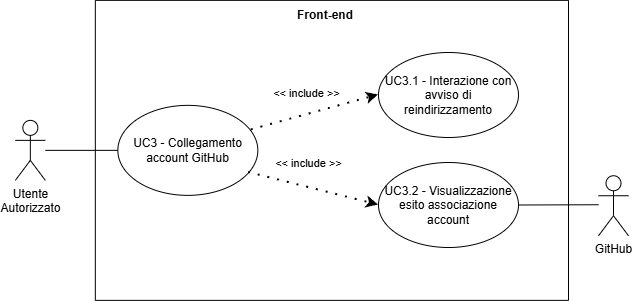
Earlier version of the draw.io export assets/diagrams/UC3.png (SkarabGroup/DocumentazioneProgetto). Source tidied: cells renumbered, new cells last; positions are measured from the earlier drawing's top-left corner, leaving out a move shared by most shapes.
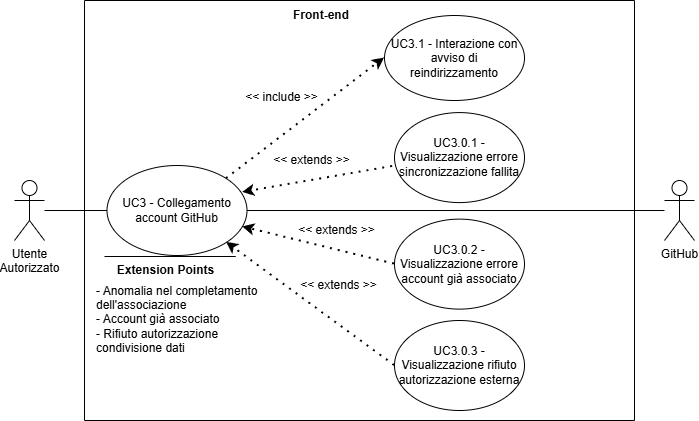
Later version of the same file.

Diff of the diagram source:
```diff
@@ -3,50 +3,81 @@
     <mxCell id="0" />
     <mxCell id="1" parent="0" />
     <mxCell id="2" value="Utente&lt;div&gt;&lt;span style=&quot;background-color: transparent; color: light-dark(rgb(0, 0, 0), rgb(255, 255, 255));&quot;&gt;Autorizzato&lt;/span&gt;&lt;/div&gt;" style="shape=umlActor;verticalLabelPosition=bottom;verticalAlign=top;html=1;outlineConnect=0;align=center;" parent="1" vertex="1">
-      <mxGeometry x="-0.2" y="119.9" width="30" height="60" as="geometry" />
+      <mxGeometry x="-127" y="-688" width="30" height="60" as="geometry" />
     </mxCell>
     <mxCell id="3" style="swimlane;startSize=0;" parent="1" vertex="1">
-      <mxGeometry x="79.8" y="-0.1" width="473.2" height="300" as="geometry" />
+      <mxGeometry x="-57" y="-868" width="550" height="420" as="geometry" />
     </mxCell>
+    <mxCell id="6" style="ellipse;whiteSpace=wrap;html=1;" parent="3" vertex="1">
+      <mxGeometry x="300" y="15" width="140" height="85" as="geometry" />
+    </mxCell>
+    <mxCell id="7" value="UC3.1 - Interazione con avviso di reindirizzamento" style="text;html=1;align=center;verticalAlign=middle;whiteSpace=wrap;rounded=0;" parent="3" vertex="1">
+      <mxGeometry x="305" y="22.5" width="130" height="70" as="geometry" />
+    </mxCell>
+    <mxCell id="10" value="Front-end" style="text;html=1;align=center;verticalAlign=middle;whiteSpace=wrap;rounded=0;perimeterSpacing=1;strokeColor=none;fontStyle=1;" parent="3" vertex="1">
+      <mxGeometry x="206.6" width="60" height="30" as="geometry" />
+    </mxCell>
+    <mxCell id="16" value="UC3.0.1 - Visualizzazione errore sincronizzazione fallita" style="ellipse;whiteSpace=wrap;html=1;" parent="3" vertex="1">
+      <mxGeometry x="310" y="112.1" width="130" height="90" as="geometry" />
+    </mxCell>
+    <mxCell id="17" style="endArrow=classic;dashed=1;html=1;dashPattern=1 3;strokeWidth=2;rounded=0;strokeColor=default;curved=0;endFill=1;endSize=6;exitX=-0.015;exitY=0.599;exitDx=0;exitDy=0;entryX=0.969;entryY=0.299;entryDx=0;entryDy=0;exitPerimeter=0;entryPerimeter=0;" parent="3" edge="1" source="16" target="4">
+      <mxGeometry relative="1" as="geometry" />
+    </mxCell>
+    <mxCell id="18" value="&amp;lt;&amp;lt; extends &amp;gt;&amp;gt;" style="text;html=1;whiteSpace=wrap;strokeColor=none;fillColor=none;align=center;verticalAlign=middle;rounded=0;" parent="3" vertex="1">
+      <mxGeometry x="205" y="215" width="95" height="30" as="geometry" />
+    </mxCell>
+    <mxCell id="19" value="UC3.0.2 - Visualizzazione errore account già associato" style="ellipse;whiteSpace=wrap;html=1;" parent="3" vertex="1">
+      <mxGeometry x="310" y="218.6" width="130" height="90" as="geometry" />
+    </mxCell>
+    <mxCell id="20" style="endArrow=classic;dashed=1;html=1;dashPattern=1 3;strokeWidth=2;rounded=0;entryX=0.969;entryY=0.682;entryDx=0;entryDy=0;strokeColor=default;curved=0;endFill=1;endSize=6;exitX=0;exitY=0.5;exitDx=0;exitDy=0;entryPerimeter=0;" parent="3" edge="1" source="19" target="4">
+      <mxGeometry relative="1" as="geometry" />
+    </mxCell>
+    <mxCell id="21" value="&amp;lt;&amp;lt; extends &amp;gt;&amp;gt;" style="text;html=1;whiteSpace=wrap;strokeColor=none;fillColor=none;align=center;verticalAlign=middle;rounded=0;" parent="3" vertex="1">
+      <mxGeometry x="180" y="145" width="95" height="30" as="geometry" />
+    </mxCell>
+    <mxCell id="22" value="&amp;lt;&amp;lt; extends &amp;gt;&amp;gt;" style="text;html=1;whiteSpace=wrap;strokeColor=none;fillColor=none;align=center;verticalAlign=middle;rounded=0;" parent="3" vertex="1">
+      <mxGeometry x="206.6" y="270" width="95" height="30" as="geometry" />
+    </mxCell>
+    <mxCell id="23" value="UC3.0.3 - Visualizzazione rifiuto autorizzazione esterna" style="ellipse;whiteSpace=wrap;html=1;strokeWidth=1;fontSize=12;" parent="3" vertex="1">
+      <mxGeometry x="310" y="320" width="130" height="90" as="geometry" />
+    </mxCell>
+    <mxCell id="24" style="endArrow=classic;dashed=1;html=1;dashPattern=1 3;strokeWidth=2;rounded=0;entryX=1;entryY=1;entryDx=0;entryDy=0;exitX=0;exitY=0.5;exitDx=0;exitDy=0;strokeColor=default;curved=0;endFill=1;endSize=6;" parent="3" edge="1" source="23" target="4">
+      <mxGeometry relative="1" as="geometry" />
+    </mxCell>
     <mxCell id="4" style="ellipse;whiteSpace=wrap;html=1;" parent="3" vertex="1">
-      <mxGeometry x="22.5" y="105" width="140" height="90" as="geometry" />
+      <mxGeometry x="22.5" y="165" width="140" height="90" as="geometry" />
     </mxCell>
     <mxCell id="5" value="&lt;div style=&quot;&quot;&gt;&lt;span style=&quot;background-color: transparent; color: light-dark(rgb(0, 0, 0), rgb(255, 255, 255));&quot;&gt;UC3 - Collegamento account GitHub&lt;/span&gt;&lt;/div&gt;" style="text;html=1;align=center;verticalAlign=middle;whiteSpace=wrap;rounded=0;" parent="3" vertex="1">
-      <mxGeometry x="35" y="115" width="115" height="70" as="geometry" />
+      <mxGeometry x="35" y="175" width="115" height="70" as="geometry" />
     </mxCell>
-    <mxCell id="6" style="ellipse;whiteSpace=wrap;html=1;" parent="3" vertex="1">
-      <mxGeometry x="283.2" y="52.1" width="140" height="85" as="geometry" />
-    </mxCell>
-    <mxCell id="7" value="UC3.1 - Interazione con avviso di reindirizzamento" style="text;html=1;align=center;verticalAlign=middle;whiteSpace=wrap;rounded=0;" parent="3" vertex="1">
-      <mxGeometry x="288.2" y="59.6" width="130" height="70" as="geometry" />
-    </mxCell>
-    <mxCell id="8" value="&amp;lt;&amp;lt; include &amp;gt;&amp;gt;" style="endArrow=classic;startArrow=none;endFill=1;startFill=0;html=1;verticalAlign=bottom;dashed=1;labelBackgroundColor=none;rounded=0;dashPattern=1 4;curved=0;endSize=6;strokeWidth=2;exitX=0.953;exitY=0.273;exitDx=0;exitDy=0;entryX=0;entryY=0.5;entryDx=0;entryDy=0;exitPerimeter=0;" parent="3" edge="1" source="4" target="6">
-      <mxGeometry x="-0.08" y="12" relative="1" as="geometry" />
+    <mxCell id="8" style="endArrow=classic;dashed=1;html=1;dashPattern=1 3;strokeWidth=2;rounded=0;strokeColor=default;curved=0;endFill=1;endSize=6;exitX=1;exitY=0;exitDx=0;exitDy=0;entryX=0;entryY=0.5;entryDx=0;entryDy=0;" parent="3" edge="1" source="4" target="6">
+      <mxGeometry relative="1" as="geometry" />
     </mxCell>
-    <mxCell id="9" value="&amp;lt;&amp;lt; include &amp;gt;&amp;gt;" style="endArrow=classic;startArrow=none;endFill=1;startFill=0;html=1;verticalAlign=bottom;dashed=1;labelBackgroundColor=none;rounded=0;dashPattern=1 4;curved=0;endSize=6;strokeWidth=2;exitX=0.933;exitY=0.746;exitDx=0;exitDy=0;entryX=0;entryY=0.5;entryDx=0;entryDy=0;exitPerimeter=0;" parent="3" edge="1" source="4">
-      <mxGeometry x="-0.13" y="15" relative="1" as="geometry">
-        <mxPoint x="283.2" y="204.6" as="targetPoint" />
-      </mxGeometry>
-    </mxCell>
-    <mxCell id="10" value="Front-end" style="text;html=1;align=center;verticalAlign=middle;whiteSpace=wrap;rounded=0;perimeterSpacing=1;strokeColor=none;fontStyle=1;" parent="3" vertex="1">
-      <mxGeometry x="200" width="60" height="30" as="geometry" />
-    </mxCell>
-    <mxCell id="11" style="ellipse;whiteSpace=wrap;html=1;" parent="3" vertex="1">
-      <mxGeometry x="283.2" y="162.1" width="140" height="85" as="geometry" />
-    </mxCell>
-    <mxCell id="12" value="UC3.2 - Visualizzazione esito associazione account" style="text;html=1;align=center;verticalAlign=middle;whiteSpace=wrap;rounded=0;" parent="3" vertex="1">
-      <mxGeometry x="288.2" y="169.6" width="130" height="70" as="geometry" />
-    </mxCell>
+    <mxCell id="25" value="&amp;lt;&amp;lt; include &amp;gt;&amp;gt;" style="text;html=1;whiteSpace=wrap;strokeColor=none;fillColor=none;align=center;verticalAlign=middle;rounded=0;" parent="3" vertex="1">
+      <mxGeometry x="150" y="82.1" width="95" height="30" as="geometry" />
+    </mxCell>
+    <mxCell id="26" style="endArrow=none;html=1;rounded=0;" parent="3" edge="1">
+      <mxGeometry relative="1" as="geometry">
+        <mxPoint x="151.2" y="256" as="sourcePoint" />
+        <mxPoint x="20" y="256" as="targetPoint" />
+      </mxGeometry>
+    </mxCell>
+    <mxCell id="27" value="&lt;b&gt;Extension Points&lt;/b&gt;" style="text;html=1;whiteSpace=wrap;strokeColor=none;fillColor=none;align=center;verticalAlign=middle;rounded=0;strokeWidth=5;" parent="3" vertex="1">
+      <mxGeometry x="24.2" y="255" width="115" height="30" as="geometry" />
+    </mxCell>
+    <mxCell id="28" value="&lt;div align=&quot;left&quot;&gt;- Anomalia nel completamento dell'associazione&lt;/div&gt;&lt;div align=&quot;left&quot;&gt;- Account già associato&lt;/div&gt;&lt;div align=&quot;left&quot;&gt;- Rifiuto autorizzazione condivisione dati&lt;/div&gt;" style="text;html=1;whiteSpace=wrap;strokeColor=none;fillColor=none;align=left;verticalAlign=middle;rounded=0;" parent="3" vertex="1">
+      <mxGeometry x="10.2" y="274" width="168.5" height="90" as="geometry" />
+    </mxCell>
-    <mxCell id="13" value="GitHub" style="shape=umlActor;verticalLabelPosition=bottom;verticalAlign=top;html=1;outlineConnect=0;align=center;" parent="3" vertex="1">
-      <mxGeometry x="503.2" y="175.4" width="30" height="60" as="geometry" />
+    <mxCell id="13" value="GitHub" style="shape=umlActor;verticalLabelPosition=bottom;verticalAlign=top;html=1;outlineConnect=0;align=center;" parent="1" vertex="1">
+      <mxGeometry x="523" y="-688" width="30" height="60" as="geometry" />
     </mxCell>
-    <mxCell id="14" style="endArrow=none;html=1;rounded=0;exitX=1;exitY=0.5;exitDx=0;exitDy=0;" parent="3" edge="1" source="11">
-      <mxGeometry relative="1" as="geometry">
-        <mxPoint x="503.2" y="204.4" as="targetPoint" />
-      </mxGeometry>
+    <mxCell id="14" style="endArrow=none;html=1;rounded=0;exitX=1;exitY=0.5;exitDx=0;exitDy=0;" parent="1" edge="1" source="4" target="13">
+      <mxGeometry relative="1" as="geometry" />
     </mxCell>
-    <mxCell id="15" style="endArrow=none;html=1;rounded=0;entryX=0;entryY=0.5;entryDx=0;entryDy=0;" parent="1" edge="1" source="2" target="4">
-      <mxGeometry relative="1" as="geometry" />
+    <mxCell id="15" style="endArrow=none;html=1;rounded=0;entryX=0;entryY=0.5;entryDx=0;entryDy=0;" parent="1" edge="1" target="4">
+      <mxGeometry relative="1" as="geometry">
+        <mxPoint x="-97" y="-658" as="sourcePoint" />
+      </mxGeometry>
     </mxCell>
   </root>
 </mxGraphModel>
```
